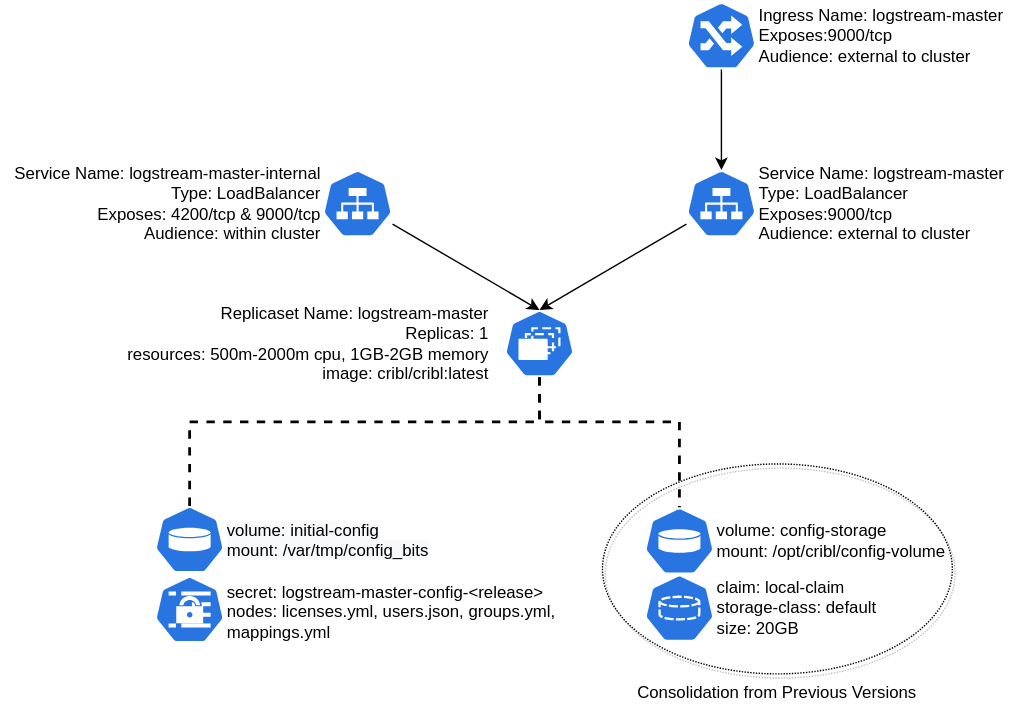
Above: helm-chart-sources/logstream-master/images/k8s-logstream-master.svg in criblio/helm-charts (draw.io), before the change. Source tidied: cells renumbered, new cells last; positions are measured from the earlier drawing's top-left corner, leaving out a move shared by most shapes.
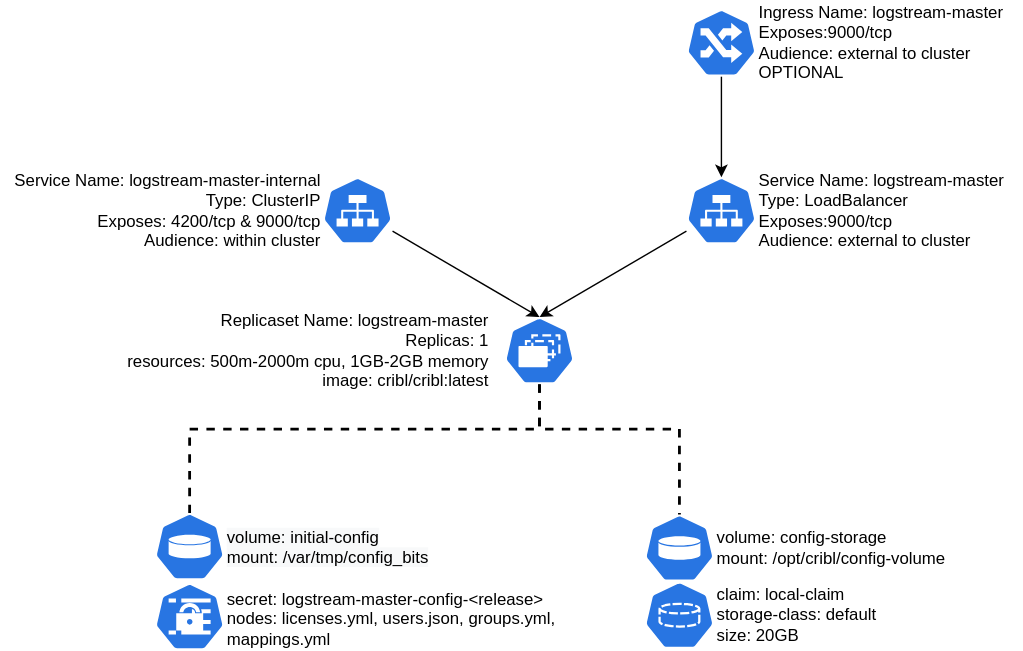
Above is the later version.

Commit message:
last minute doc tweaks

The edit, as a diff of the source:
```diff
@@ -2,9 +2,6 @@
   <root>
     <mxCell id="0" />
     <mxCell id="1" parent="0" />
-    <mxCell id="2" value="Consolidation from Previous Versions" style="ellipse;whiteSpace=wrap;html=1;labelPosition=center;verticalLabelPosition=bottom;align=center;verticalAlign=top;fillColor=none;shadow=1;sketch=0;dashed=1;dashPattern=1 1;" parent="1" vertex="1">
-      <mxGeometry x="430" y="331" width="250" height="150" as="geometry" />
-    </mxCell>
     <mxCell id="3" style="group;" parent="1" vertex="1">
       <mxGeometry x="460" y="362" width="230" height="97" as="geometry" />
     </mxCell>
@@ -32,7 +29,7 @@
     <mxCell id="11" style="html=1;dashed=0;whitespace=wrap;fillColor=#2875E2;strokeColor=#ffffff;points=[[0.005,0.63,0],[0.1,0.2,0],[0.9,0.2,0],[0.5,0,0],[0.995,0.63,0],[0.72,0.99,0],[0.5,1,0],[0.28,0.99,0]];shape=mxgraph.kubernetes.icon;prIcon=svc;align=left;" parent="1" vertex="1">
       <mxGeometry x="490" y="121" width="50" height="48" as="geometry" />
     </mxCell>
-    <mxCell id="12" value="Service Name: logstream-master-internal&lt;br&gt;Type: LoadBalancer&lt;br&gt;Exposes: 4200/tcp &amp;amp; 9000/tcp&lt;br&gt;Audience: within cluster" style="text;html=1;align=right;verticalAlign=middle;fillColor=none;strokeColor=none;rounded=0;" parent="1" vertex="1">
+    <mxCell id="12" value="Service Name: logstream-master-internal&lt;br&gt;Type: ClusterIP&lt;br&gt;Exposes: 4200/tcp &amp;amp; 9000/tcp&lt;br&gt;Audience: within cluster" style="text;html=1;align=right;verticalAlign=middle;fillColor=none;strokeColor=none;rounded=0;" parent="1" vertex="1">
       <mxGeometry y="115" width="230" height="60" as="geometry" />
     </mxCell>
     <mxCell id="13" value="Service Name: logstream-master&lt;br&gt;Type: LoadBalancer&lt;br&gt;Exposes:9000/tcp&lt;br&gt;Audience: external to cluster" style="text;html=1;align=left;verticalAlign=middle;fillColor=none;strokeColor=none;rounded=0;" parent="1" vertex="1">
@@ -81,8 +78,8 @@
     <mxCell id="24" style="html=1;dashed=0;whitespace=wrap;fillColor=#2875E2;strokeColor=#ffffff;points=[[0.005,0.63,0],[0.1,0.2,0],[0.9,0.2,0],[0.5,0,0],[0.995,0.63,0],[0.72,0.99,0],[0.5,1,0],[0.28,0.99,0]];shape=mxgraph.kubernetes.icon;prIcon=ing;" parent="1" vertex="1">
       <mxGeometry x="490" y="1" width="50" height="48" as="geometry" />
     </mxCell>
-    <mxCell id="25" value="Ingress Name: logstream-master&lt;br&gt;Exposes:9000/tcp&lt;br&gt;Audience: external to cluster" style="text;html=1;align=left;verticalAlign=middle;fillColor=none;strokeColor=none;rounded=0;" parent="1" vertex="1">
-      <mxGeometry x="540" width="190" height="50" as="geometry" />
+    <mxCell id="25" value="Ingress Name: logstream-master&lt;br&gt;Exposes:9000/tcp&lt;br&gt;Audience: external to cluster&lt;br&gt;OPTIONAL" style="text;html=1;align=left;verticalAlign=middle;fillColor=none;strokeColor=none;rounded=0;" parent="1" vertex="1">
+      <mxGeometry x="540" y="-5" width="190" height="60" as="geometry" />
     </mxCell>
   </root>
 </mxGraphModel>
```
